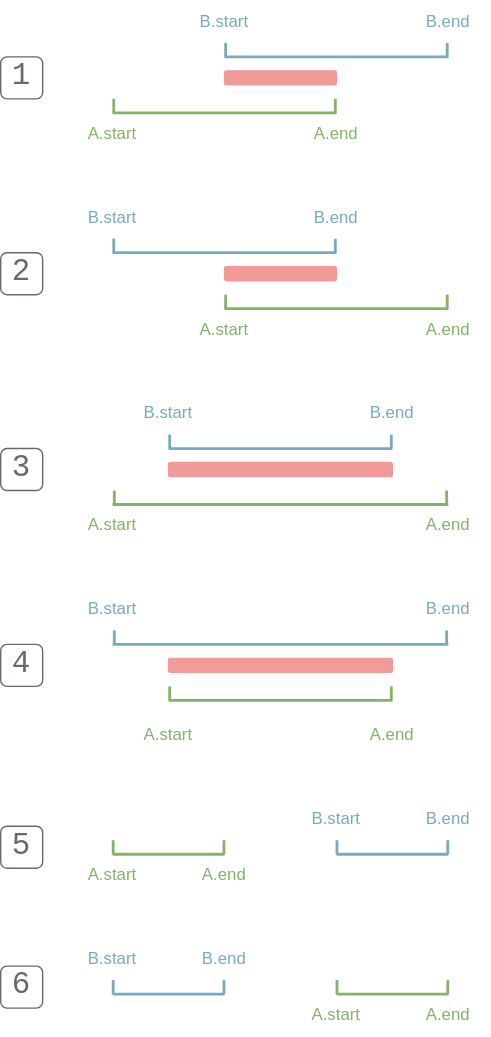
The draw.io diagram source/_posts/2024/2024-05-18-determine-whether-the-two-intervals-overlap/overlap.drawio.svg in acomma/acomma.github.io, before a commit. Source tidied: cells renumbered, new cells last; positions are measured from the earlier drawing's top-left corner, leaving out a move shared by most shapes.
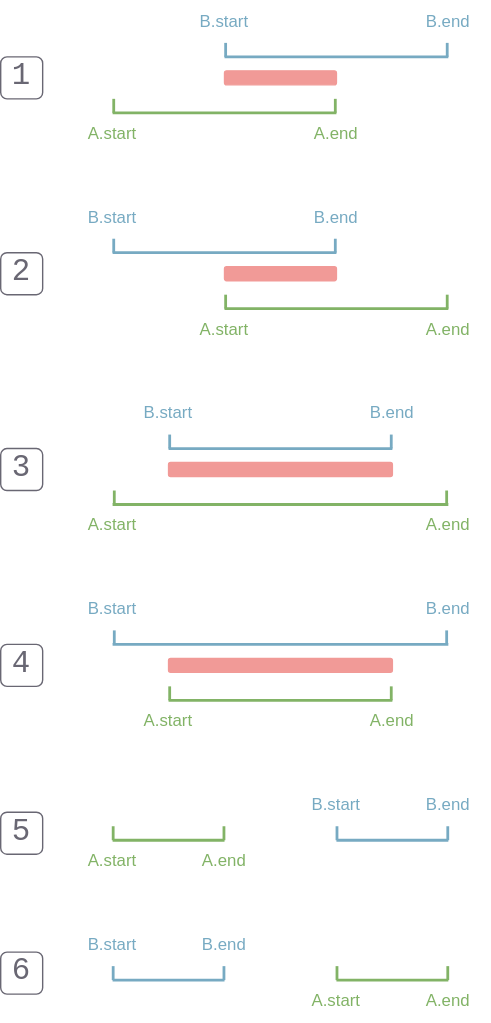
The same file after the commit.

Diff of the diagram source:
```diff
@@ -15,10 +15,10 @@
       <mxGeometry y="460" width="30" height="30" as="geometry" />
     </mxCell>
     <mxCell id="6" value="5" style="rounded=1;whiteSpace=wrap;html=1;strokeColor=#696773;fontFamily=Courier New;fontColor=#696773;fillColor=none;fontSize=22;" parent="1" vertex="1">
-      <mxGeometry y="590" width="30" height="30" as="geometry" />
+      <mxGeometry y="580" width="30" height="30" as="geometry" />
     </mxCell>
     <mxCell id="7" value="6" style="rounded=1;whiteSpace=wrap;html=1;strokeColor=#696773;fontFamily=Courier New;fontColor=#696773;fillColor=none;fontSize=22;" parent="1" vertex="1">
-      <mxGeometry y="690" width="30" height="30" as="geometry" />
+      <mxGeometry y="680" width="30" height="30" as="geometry" />
     </mxCell>
     <mxCell id="8" style="rounded=1;whiteSpace=wrap;html=1;strokeColor=#F19A97;fontFamily=Courier New;fontSize=22;fontColor=#F19A97;fillColor=#F19A97;" parent="1" vertex="1">
       <mxGeometry x="160" y="50" width="80" height="10" as="geometry" />
@@ -176,14 +176,17 @@
     <mxCell id="44" style="group;" parent="1" vertex="1">
       <mxGeometry x="90" y="500" width="220" height="40" as="geometry" />
     </mxCell>
+    <mxCell id="96" style="group;" parent="44" vertex="1">
+      <mxGeometry y="-10" width="220" height="40" as="geometry" />
+    </mxCell>
-    <mxCell id="45" value="A.start" style="text;html=1;strokeColor=none;fillColor=none;align=center;verticalAlign=middle;whiteSpace=wrap;rounded=0;fontColor=#82B366;" parent="44" vertex="1">
+    <mxCell id="45" value="A.start" style="text;html=1;strokeColor=none;fillColor=none;align=center;verticalAlign=middle;whiteSpace=wrap;rounded=0;fontColor=#82B366;" parent="96" vertex="1">
       <mxGeometry y="10" width="60" height="30" as="geometry" />
     </mxCell>
-    <mxCell id="46" value="A.end" style="text;html=1;strokeColor=none;fillColor=none;align=center;verticalAlign=middle;whiteSpace=wrap;rounded=0;fontColor=#82B366;" parent="44" vertex="1">
+    <mxCell id="46" value="A.end" style="text;html=1;strokeColor=none;fillColor=none;align=center;verticalAlign=middle;whiteSpace=wrap;rounded=0;fontColor=#82B366;" parent="96" vertex="1">
       <mxGeometry x="160" y="10" width="60" height="30" as="geometry" />
     </mxCell>
-    <mxCell id="47" style="group;" parent="44" vertex="1">
-      <mxGeometry x="30" y="-10" width="160" height="10" as="geometry" />
+    <mxCell id="47" style="group;" parent="96" vertex="1">
+      <mxGeometry x="30" width="160" height="10" as="geometry" />
     </mxCell>
     <mxCell id="48" style="endArrow=none;html=1;strokeWidth=2;strokeColor=#82B366;" parent="47" edge="1">
       <mxGeometry relative="1" as="geometry">
@@ -204,7 +207,7 @@
       </mxGeometry>
     </mxCell>
     <mxCell id="51" style="group;" parent="1" vertex="1">
-      <mxGeometry x="210" y="570" width="140" height="40" as="geometry" />
+      <mxGeometry x="210" y="560" width="140" height="40" as="geometry" />
     </mxCell>
     <mxCell id="52" value="B.start" style="text;html=1;strokeColor=none;fillColor=none;align=center;verticalAlign=middle;whiteSpace=wrap;rounded=0;fontColor=#77AAC2;" parent="51" vertex="1">
       <mxGeometry width="60" height="30" as="geometry" />
@@ -234,7 +237,7 @@
       </mxGeometry>
     </mxCell>
     <mxCell id="58" style="group;" parent="1" vertex="1">
-      <mxGeometry x="50" y="600" width="140" height="40" as="geometry" />
+      <mxGeometry x="50" y="590" width="140" height="40" as="geometry" />
     </mxCell>
     <mxCell id="59" value="A.start" style="text;html=1;strokeColor=none;fillColor=none;align=center;verticalAlign=middle;whiteSpace=wrap;rounded=0;fontColor=#82B366;" parent="58" vertex="1">
       <mxGeometry y="10" width="60" height="30" as="geometry" />
@@ -264,7 +267,7 @@
       </mxGeometry>
     </mxCell>
     <mxCell id="65" style="group;" parent="1" vertex="1">
-      <mxGeometry x="50" y="670" width="140" height="40" as="geometry" />
+      <mxGeometry x="50" y="660" width="140" height="40" as="geometry" />
     </mxCell>
     <mxCell id="66" value="B.start" style="text;html=1;strokeColor=none;fillColor=none;align=center;verticalAlign=middle;whiteSpace=wrap;rounded=0;fontColor=#77AAC2;" parent="65" vertex="1">
       <mxGeometry width="60" height="30" as="geometry" />
@@ -294,7 +297,7 @@
       </mxGeometry>
     </mxCell>
     <mxCell id="72" style="group;" parent="1" vertex="1">
-      <mxGeometry x="210" y="700" width="140" height="40" as="geometry" />
+      <mxGeometry x="210" y="690" width="140" height="40" as="geometry" />
     </mxCell>
     <mxCell id="73" value="A.start" style="text;html=1;strokeColor=none;fillColor=none;align=center;verticalAlign=middle;whiteSpace=wrap;rounded=0;fontColor=#82B366;" parent="72" vertex="1">
       <mxGeometry y="10" width="60" height="30" as="geometry" />
```
